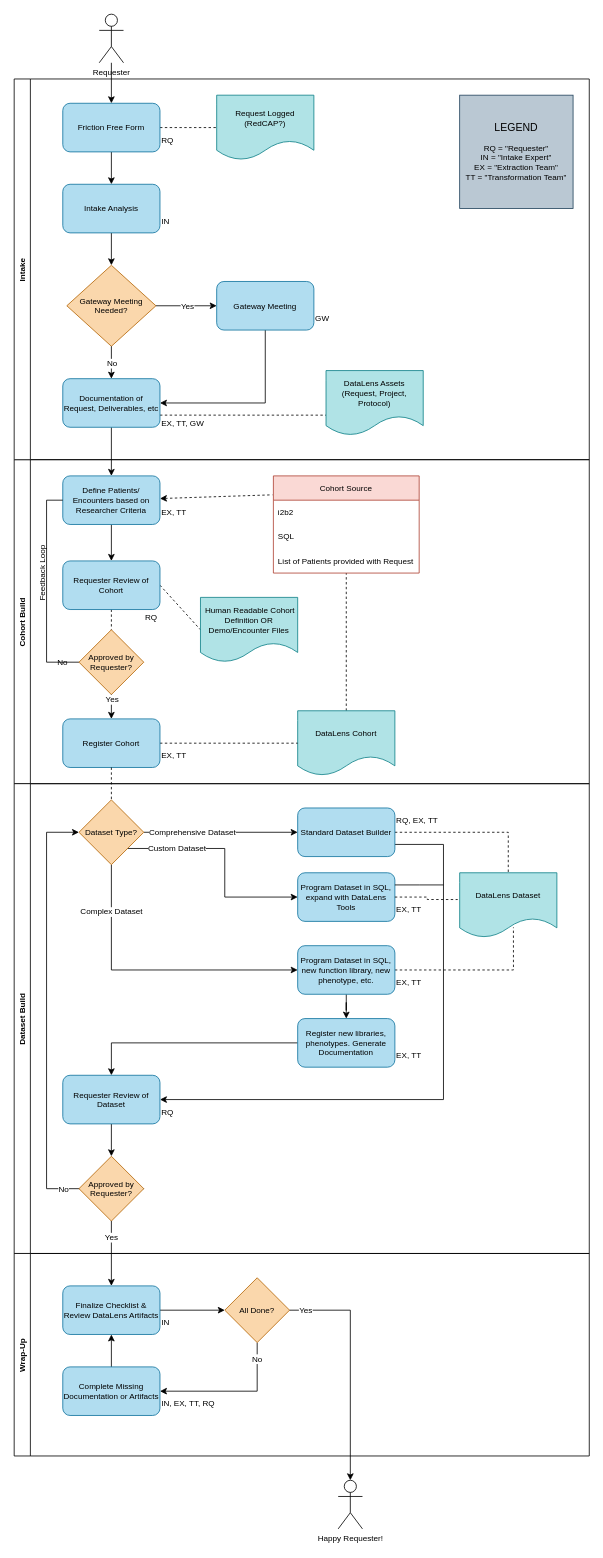
Before: page "Build Workflow" (2 of 2) of Clinical Data Request.drawio in ntimkovich/UAB-II-Diagrams, a draw.io diagram. Source tidied: cells renumbered, new cells numbered last; positions are measured from the earlier drawing's top-left corner, leaving out a move shared by most shapes. Both pictures are drawn from the tidied source at 81%, with x=0, y=0 at pixel (10, 14).
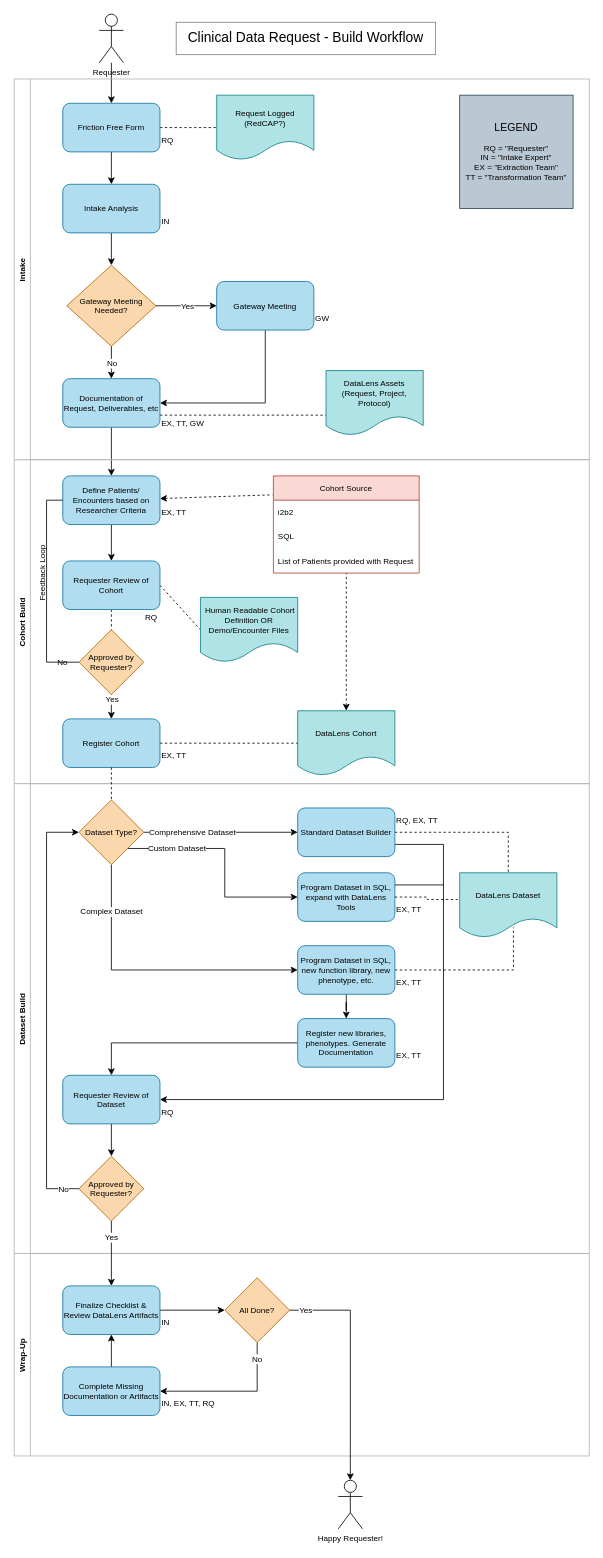
The same page after the edit.

The change refers to these unchanged cells:
```xml
<mxCell id="24" value="DataLens Cohort" style="shape=document;whiteSpace=wrap;html=1;boundedLbl=1;fontSize=10;fillColor=#b0e3e6;strokeColor=#0e8088;" parent="19" vertex="1">
  <mxGeometry x="350" y="310" width="120" height="80" as="geometry" />
</mxCell>
<mxCell id="25" value="Cohort Source" style="swimlane;fontStyle=0;horizontal=1;startSize=30;fontSize=10;fillColor=#fad9d5;strokeColor=#ae4132;" parent="19" vertex="1">
  <mxGeometry x="320" y="20" width="180" height="120" as="geometry" />
</mxCell>
```

What changed in the source:
```diff
@@
-    <mxCell id="19" value="Cohort Build" style="swimlane;horizontal=0;fontSize=10;fontColor=#000000;startSize=20;" parent="1" vertex="1">
+    <mxCell id="19" value="Cohort Build" style="swimlane;horizontal=0;fontSize=10;fontColor=#000000;startSize=20;strokeColor=#B3B3B3;" parent="1" vertex="1">
       <mxGeometry x="5" y="550" width="710" height="400" as="geometry" />
     </mxCell>
@@
-    <mxCell id="23" style="edgeStyle=orthogonalEdgeStyle;rounded=0;jettySize=auto;html=1;exitX=0.5;exitY=0;exitDx=0;exitDy=0;fontSize=10;fontColor=#000000;startArrow=none;startFill=0;endArrow=none;endFill=0;dashed=1;" parent="19" edge="1" source="24" target="25">
+    <mxCell id="23" style="edgeStyle=orthogonalEdgeStyle;rounded=0;jettySize=auto;html=1;exitX=0.5;exitY=0;exitDx=0;exitDy=0;fontSize=10;fontColor=#000000;startArrow=classic;startFill=1;endArrow=none;endFill=0;dashed=1;" parent="19" edge="1" source="24" target="25">
       <mxGeometry relative="1" as="geometry" />
     </mxCell>
@@
-    <mxCell id="44" value="Intake" style="swimlane;horizontal=0;fontSize=10;startSize=20;" parent="1" vertex="1">
+    <mxCell id="44" value="Intake" style="swimlane;horizontal=0;fontSize=10;startSize=20;strokeColor=#B3B3B3;" parent="1" vertex="1">
       <mxGeometry x="5" y="80" width="710" height="470" as="geometry" />
     </mxCell>
@@
-    <mxCell id="50" value="&lt;font style=&quot;font-size: 13px;&quot;&gt;LEGEND&lt;/font&gt;&lt;br&gt;&lt;br&gt;RQ = &quot;Requester&quot;&lt;br&gt;IN = &quot;Intake Expert&quot;&lt;br&gt;EX = &quot;Extraction Team&quot;&lt;br&gt;TT = &quot;Transformation Team&quot;" style="whiteSpace=wrap;html=1;fontSize=10;fillColor=#bac8d3;strokeColor=#23445d;" parent="44" vertex="1">
+    <mxCell id="50" value="&lt;font style=&quot;font-size: 13px;&quot;&gt;LEGEND&lt;/font&gt;&lt;br&gt;&lt;br&gt;RQ = &quot;Requester&quot;&lt;br&gt;IN = &quot;Intake Expert&quot;&lt;br&gt;EX = &quot;Extraction Team&quot;&lt;br&gt;TT = &quot;Transformation Team&quot;" style="whiteSpace=wrap;html=1;fontSize=10;fillColor=#bac8d3;strokeColor=#23445d;fontColor=#000000;" parent="44" vertex="1">
       <mxGeometry x="550" y="20" width="140" height="140" as="geometry" />
     </mxCell>
@@
-    <mxCell id="52" value="Dataset Build" style="swimlane;horizontal=0;fontSize=10;fontColor=#000000;startSize=20;" parent="1" vertex="1">
+    <mxCell id="52" value="Dataset Build" style="swimlane;horizontal=0;fontSize=10;fontColor=#000000;startSize=20;strokeColor=#B3B3B3;" parent="1" vertex="1">
       <mxGeometry x="5" y="950" width="710" height="580" as="geometry" />
     </mxCell>
@@
-    <mxCell id="79" value="Wrap-Up" style="swimlane;horizontal=0;fontSize=10;fontColor=#000000;startSize=20;" parent="1" vertex="1">
+    <mxCell id="79" value="Wrap-Up" style="swimlane;horizontal=0;fontSize=10;fontColor=#000000;startSize=20;strokeColor=#B3B3B3;" parent="1" vertex="1">
       <mxGeometry x="5" y="1530" width="710" height="250" as="geometry" />
     </mxCell>
@@
+    <mxCell id="91" value="Clinical Data Request - Build Workflow" style="text;html=1;align=center;verticalAlign=middle;whiteSpace=wrap;rounded=0;fontSize=17;opacity=50;strokeColor=default;fillColor=#FFFFFF;fillStyle=solid;" parent="1" vertex="1">
+      <mxGeometry x="205" y="10" width="320" height="40" as="geometry" />
+    </mxCell>
```
